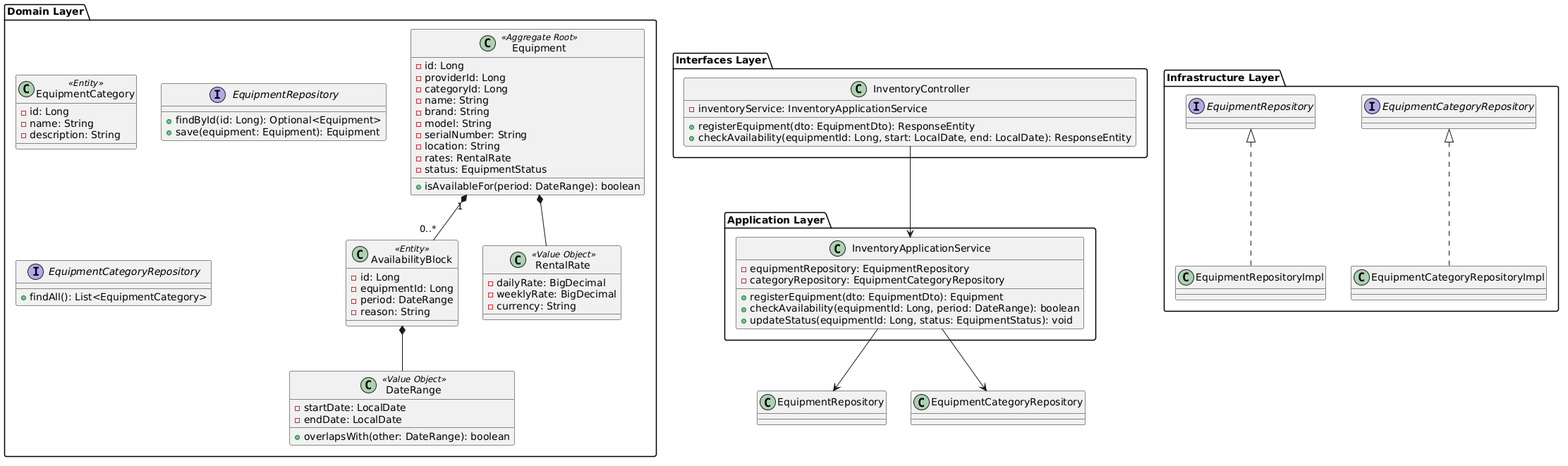
upc-pre-202620-1asi0729-7750-cleancode/maquigest-report keeps this PlantUML diagram as assets/md-images-chapter4/class-diagram-inventory.png. Above is the earlier version.
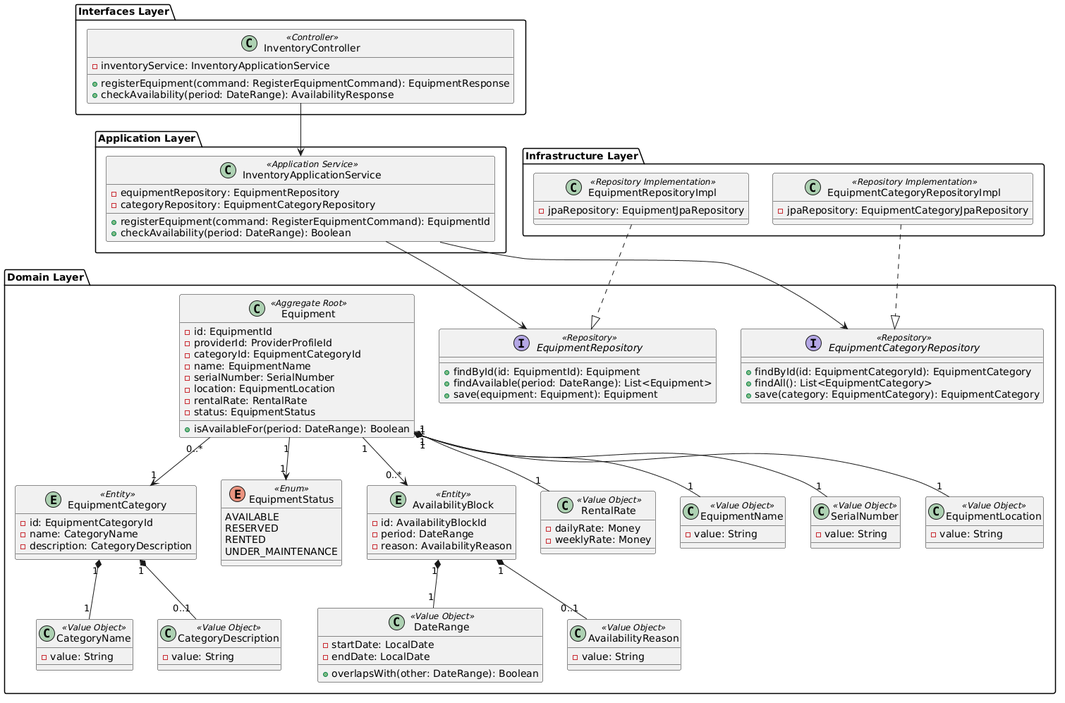
The same file after the commit.

Change to the diagram source:
```diff
@@ -1,81 +1,120 @@
 @startuml
 package "Interfaces Layer" {
-    class InventoryController {
-        - inventoryService: InventoryApplicationService
-        + registerEquipment(dto: EquipmentDto): ResponseEntity
-        + checkAvailability(equipmentId: Long, start: LocalDate, end: LocalDate): ResponseEntity
-    }
+  class InventoryController <<Controller>> {
+    - inventoryService: InventoryApplicationService
+    + registerEquipment(command: RegisterEquipmentCommand): EquipmentResponse
+    + checkAvailability(period: DateRange): AvailabilityResponse
+  }
 }
 
 package "Application Layer" {
-    class InventoryApplicationService {
-        - equipmentRepository: EquipmentRepository
-        - categoryRepository: EquipmentCategoryRepository
-        + registerEquipment(dto: EquipmentDto): Equipment
-        + checkAvailability(equipmentId: Long, period: DateRange): boolean
-        + updateStatus(equipmentId: Long, status: EquipmentStatus): void
-    }
+  class InventoryApplicationService <<Application Service>> {
+    - equipmentRepository: EquipmentRepository
+    - categoryRepository: EquipmentCategoryRepository
+    + registerEquipment(command: RegisterEquipmentCommand): EquipmentId
+    + checkAvailability(period: DateRange): Boolean
+  }
+}
+
+package "Infrastructure Layer" {
+  class EquipmentRepositoryImpl <<Repository Implementation>> {
+    - jpaRepository: EquipmentJpaRepository
+  }
+  class EquipmentCategoryRepositoryImpl <<Repository Implementation>> {
+    - jpaRepository: EquipmentCategoryJpaRepository
+  }
 }
 
 package "Domain Layer" {
-    class Equipment <<Aggregate Root>> {
-        - id: Long
-        - providerId: Long
-        - categoryId: Long
-        - name: String
-        - brand: String
-        - model: String
-        - serialNumber: String
-        - location: String
-        - rates: RentalRate
-        - status: EquipmentStatus
-        + isAvailableFor(period: DateRange): boolean
-    }
+  entity EquipmentCategory <<Entity>> {
+    - id: EquipmentCategoryId
+    - name: CategoryName
+    - description: CategoryDescription
+  }
 
-    class EquipmentCategory <<Entity>> {
-        - id: Long
-        - name: String
-        - description: String
-    }
+  class Equipment <<Aggregate Root>> {
+    - id: EquipmentId
+    - providerId: ProviderProfileId
+    - categoryId: EquipmentCategoryId
+    - name: EquipmentName
+    - serialNumber: SerialNumber
+    - location: EquipmentLocation
+    - rentalRate: RentalRate
+    - status: EquipmentStatus
+    + isAvailableFor(period: DateRange): Boolean
+  }
 
-    class AvailabilityBlock <<Entity>> {
-        - id: Long
-        - equipmentId: Long
-        - period: DateRange
-        - reason: String
-    }
+  enum EquipmentStatus <<Enum>> {
+    AVAILABLE
+    RESERVED
+    RENTED
+    UNDER_MAINTENANCE
+  }
 
-    class RentalRate <<Value Object>> {
-        - dailyRate: BigDecimal
-        - weeklyRate: BigDecimal
-        - currency: String
-    }
+  entity AvailabilityBlock <<Entity>> {
+    - id: AvailabilityBlockId
+    - period: DateRange
+    - reason: AvailabilityReason
+  }
 
-    class DateRange <<Value Object>> {
-        - startDate: LocalDate
-        - endDate: LocalDate
-        + overlapsWith(other: DateRange): boolean
-    }
+  class RentalRate <<Value Object>> {
+    - dailyRate: Money
+    - weeklyRate: Money
+  }
 
-    interface EquipmentRepository {
-        + findById(id: Long): Optional<Equipment>
-        + save(equipment: Equipment): Equipment
-    }
+  class DateRange <<Value Object>> {
+    - startDate: LocalDate
+    - endDate: LocalDate
+    + overlapsWith(other: DateRange): Boolean
+  }
 
-    interface EquipmentCategoryRepository {
-        + findAll(): List<EquipmentCategory>
-    }
-}
+  class CategoryName <<Value Object>> {
+    - value: String
+  }
+  class CategoryDescription <<Value Object>> {
+    - value: String
+  }
+  class EquipmentName <<Value Object>> {
+    - value: String
+  }
+  class SerialNumber <<Value Object>> {
+    - value: String
+  }
+  class EquipmentLocation <<Value Object>> {
+    - value: String
+  }
+  class AvailabilityReason <<Value Object>> {
+    - value: String
+  }
 
-package "Infrastructure Layer" {
-    class EquipmentRepositoryImpl implements EquipmentRepository
-    class EquipmentCategoryRepositoryImpl implements EquipmentCategoryRepository
+  interface EquipmentRepository <<Repository>> {
+    + findById(id: EquipmentId): Equipment
+    + findAvailable(period: DateRange): List<Equipment>
+    + save(equipment: Equipment): Equipment
+  }
+
+  interface EquipmentCategoryRepository <<Repository>> {
+    + findById(id: EquipmentCategoryId): EquipmentCategory
+    + findAll(): List<EquipmentCategory>
+    + save(category: EquipmentCategory): EquipmentCategory
+  }
 }
 
 InventoryController --> InventoryApplicationService
 InventoryApplicationService --> EquipmentRepository
 InventoryApplicationService --> EquipmentCategoryRepository
-Equipment *-- RentalRate
-Equipment "1" *-- "0..*" AvailabilityBlock
-AvailabilityBlock *-- DateRange
+EquipmentRepositoryImpl ..|> EquipmentRepository
+EquipmentCategoryRepositoryImpl ..|> EquipmentCategoryRepository
+
+Equipment "1" o-- "1" RentalRate
+Equipment "1" --> "0..*" AvailabilityBlock
+Equipment "1" --> "1" EquipmentStatus
+Equipment "0..*" --> "1" EquipmentCategory
+EquipmentCategory "1" *-- "1" CategoryName
+EquipmentCategory "1" *-- "0..1" CategoryDescription
+Equipment "1" *-- "1" EquipmentName
+Equipment "1" *-- "1" SerialNumber
+Equipment "1" *-- "1" EquipmentLocation
+AvailabilityBlock "1" *-- "1" DateRange
+AvailabilityBlock "1" *-- "0..1" AvailabilityReason
 @enduml
```
